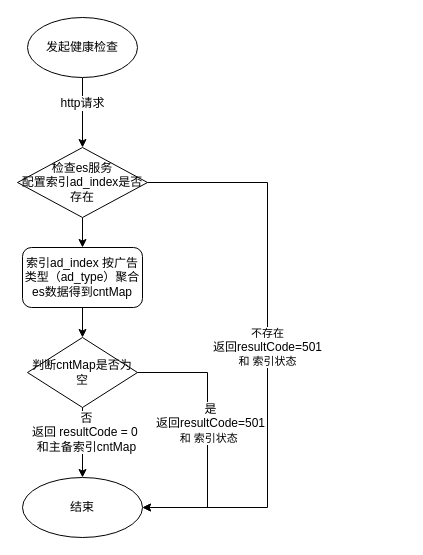
The draw.io diagram page "ad-merger健康检查" (2 of 3) of 健康检查流程图.drawio in cp0802/xueqqiu, before the edit. Source tidied: cells renumbered, new cells numbered last; positions are measured from the earlier drawing's top-left corner, leaving out a move shared by most shapes. Both pictures are drawn from the tidied source at 100%, with x=0, y=0 at pixel (17, 17).
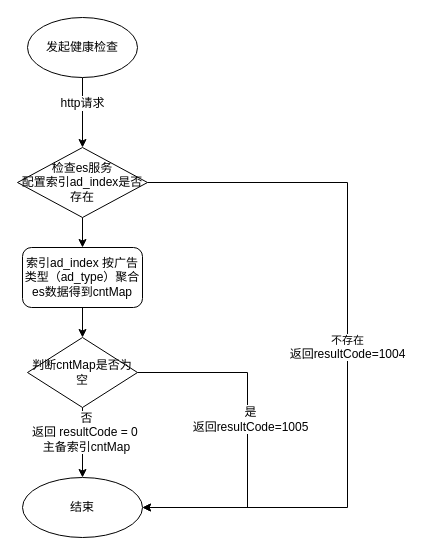
The same diagram, later.

What changed in the source:
```diff
@@
 <mxGraphModel>
   <root>
     <mxCell id="0" />
     <mxCell id="1" parent="0" />
     <mxCell id="2" style="edgeStyle=orthogonalEdgeStyle;rounded=0;jettySize=auto;html=1;entryX=0.5;entryY=0;entryDx=0;entryDy=0;" parent="1" edge="1" source="5" target="7">
       <mxGeometry relative="1" as="geometry" />
     </mxCell>
     <mxCell id="3" value="http请求" style="text;html=1;align=center;verticalAlign=middle;labelBackgroundColor=#ffffff;" parent="2" vertex="1">
       <mxGeometry x="-0.3" y="-1" relative="1" as="geometry" />
     </mxCell>
-    <mxCell id="4" value="不存在&lt;br&gt;&lt;span style=&quot;font-size: 12px&quot;&gt;返回resultCode=501&lt;br&gt;&lt;/span&gt;和 索引状态" style="edgeStyle=orthogonalEdgeStyle;rounded=0;jettySize=auto;html=1;entryX=1;entryY=0.5;entryDx=0;entryDy=0;exitX=1;exitY=0.5;exitDx=0;exitDy=0;" parent="1" edge="1" source="7" target="15">
+    <mxCell id="4" value="不存在&lt;br&gt;&lt;span style=&quot;font-size: 12px&quot;&gt;返回resultCode=1004&lt;/span&gt;" style="edgeStyle=orthogonalEdgeStyle;rounded=0;jettySize=auto;html=1;entryX=1;entryY=0.5;entryDx=0;entryDy=0;exitX=1;exitY=0.5;exitDx=0;exitDy=0;" parent="1" edge="1" source="7" target="15">
       <mxGeometry relative="1" as="geometry">
         <Array as="points">
-          <mxPoint x="250" y="165" />
-          <mxPoint x="250" y="490" />
+          <mxPoint x="330" y="165" />
+          <mxPoint x="330" y="490" />
         </Array>
       </mxGeometry>
     </mxCell>
     <mxCell id="5" value="发起健康检查" style="ellipse;whiteSpace=wrap;html=1;" parent="1" vertex="1">
       <mxGeometry x="10" width="110" height="60" as="geometry" />
     </mxCell>
     <mxCell id="6" style="edgeStyle=orthogonalEdgeStyle;rounded=0;jettySize=auto;html=1;entryX=0.5;entryY=0;entryDx=0;entryDy=0;" parent="1" edge="1" source="7" target="9">
       <mxGeometry relative="1" as="geometry" />
     </mxCell>
     <mxCell id="7" value="检查es服务&lt;br&gt;配置索引ad_index是否存在" style="rhombus;whiteSpace=wrap;html=1;" parent="1" vertex="1">
       <mxGeometry y="130" width="130" height="70" as="geometry" />
     </mxCell>
     <mxCell id="8" style="edgeStyle=orthogonalEdgeStyle;rounded=0;jettySize=auto;html=1;entryX=0.5;entryY=0;entryDx=0;entryDy=0;" parent="1" edge="1" source="9" target="14">
       <mxGeometry relative="1" as="geometry" />
     </mxCell>
     <mxCell id="9" value="索引ad_index 按广告类型（ad_type）聚合es数据得到cntMap" style="rounded=1;whiteSpace=wrap;html=1;" parent="1" vertex="1">
       <mxGeometry x="5" y="230" width="120" height="60" as="geometry" />
     </mxCell>
     <mxCell id="10" style="edgeStyle=orthogonalEdgeStyle;rounded=0;jettySize=auto;html=1;entryX=0.5;entryY=0;entryDx=0;entryDy=0;" parent="1" edge="1" source="14" target="15">
       <mxGeometry relative="1" as="geometry" />
     </mxCell>
-    <mxCell id="11" value="否&lt;br&gt;返回&amp;nbsp;resultCode = 0&amp;nbsp;&lt;br&gt;和主备索引cntMap" style="text;html=1;align=center;verticalAlign=middle;labelBackgroundColor=#ffffff;" parent="10" vertex="1">
+    <mxCell id="11" value="否&lt;br&gt;返回&amp;nbsp;resultCode = 0&amp;nbsp;&lt;br&gt;主备索引cntMap" style="text;html=1;align=center;verticalAlign=middle;labelBackgroundColor=#ffffff;" parent="10" vertex="1">
       <mxGeometry x="-0.32" y="3" relative="1" as="geometry" />
     </mxCell>
     <mxCell id="12" style="edgeStyle=orthogonalEdgeStyle;rounded=0;jettySize=auto;html=1;exitX=1;exitY=0.5;exitDx=0;exitDy=0;entryX=1;entryY=0.5;entryDx=0;entryDy=0;" parent="1" edge="1" source="14" target="15">
       <mxGeometry relative="1" as="geometry">
         <Array as="points">
-          <mxPoint x="190" y="355" />
-          <mxPoint x="190" y="490" />
+          <mxPoint x="230" y="355" />
+          <mxPoint x="230" y="490" />
         </Array>
       </mxGeometry>
     </mxCell>
-    <mxCell id="13" value="是&lt;br&gt;返回resultCode=501&lt;br&gt;&lt;span style=&quot;font-size: 11px&quot;&gt;和 索引状态&lt;/span&gt;&amp;nbsp;" style="text;html=1;align=center;verticalAlign=middle;labelBackgroundColor=#ffffff;" parent="12" vertex="1">
+    <mxCell id="13" value="是&lt;br&gt;返回resultCode=1005" style="text;html=1;align=center;verticalAlign=middle;labelBackgroundColor=#ffffff;" parent="12" vertex="1">
       <mxGeometry x="-0.11" y="2" relative="1" as="geometry" />
     </mxCell>
     <mxCell id="14" value="判断cntMap是否为空" style="rhombus;whiteSpace=wrap;html=1;" parent="1" vertex="1">
       <mxGeometry x="10" y="320" width="110" height="70" as="geometry" />
     </mxCell>
     <mxCell id="15" value="结束" style="ellipse;whiteSpace=wrap;html=1;" parent="1" vertex="1">
       <mxGeometry x="5" y="460" width="120" height="60" as="geometry" />
     </mxCell>
   </root>
 </mxGraphModel>
```
